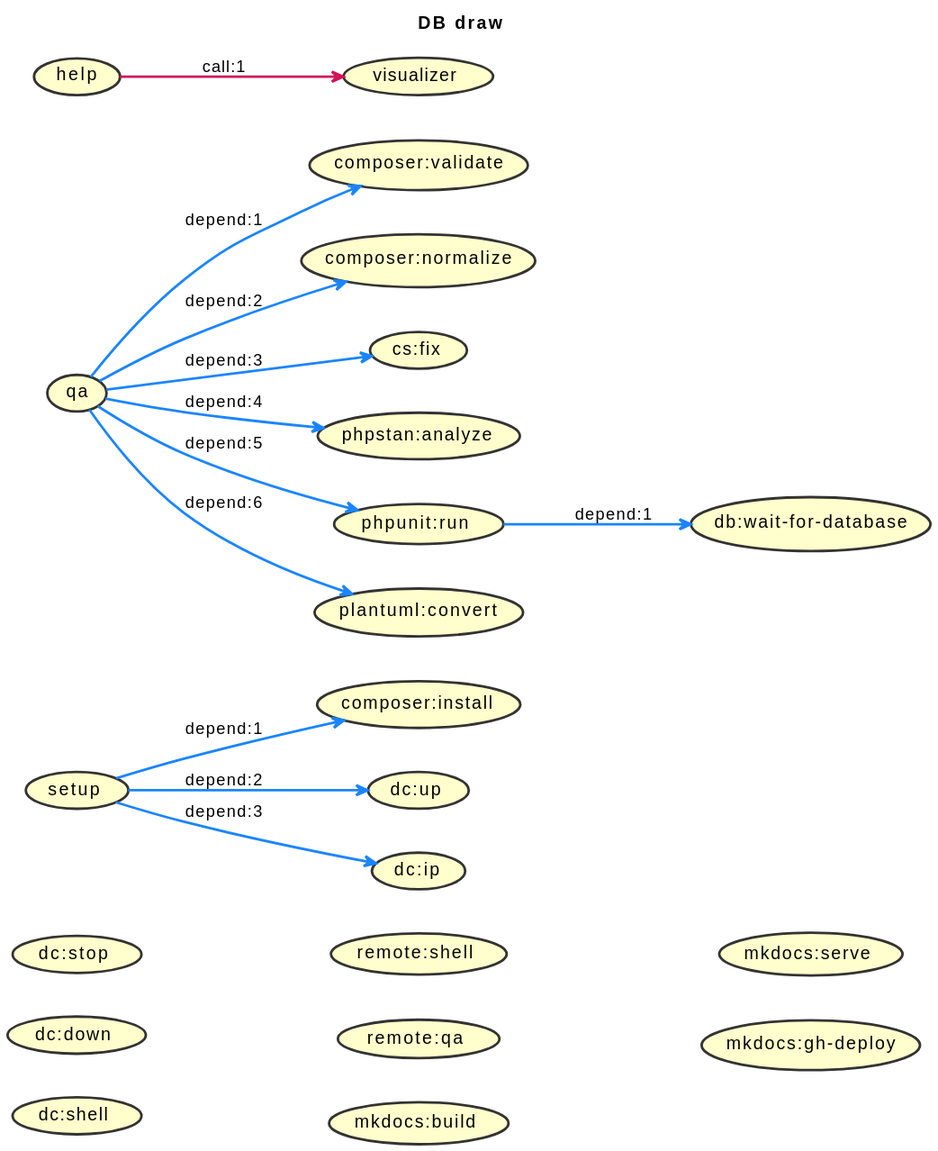
Earlier version of the PlantUML export docs/images/build.svg (jawira/db-draw).
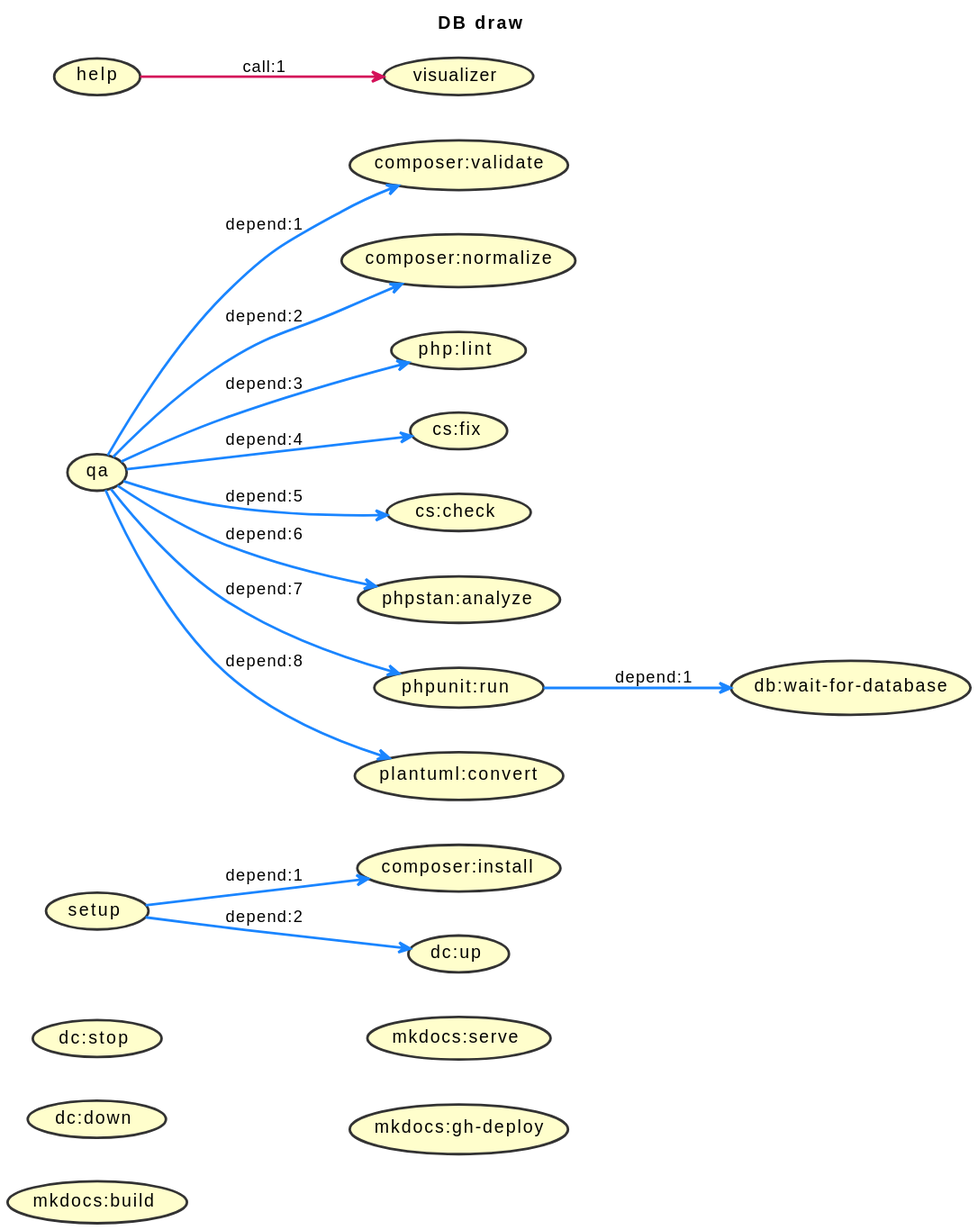
After the change.

The edit, as a diff of the source:
```diff
@@ -16,13 +16,14 @@
 
 (setup) -[#1A85FF]-> (composer:install) : depend:1
 (setup) -[#1A85FF]-> (dc:up) : depend:2
-(setup) -[#1A85FF]-> (dc:ip) : depend:3
 (qa) -[#1A85FF]-> (composer:validate) : depend:1
 (qa) -[#1A85FF]-> (composer:normalize) : depend:2
-(qa) -[#1A85FF]-> (cs:fix) : depend:3
-(qa) -[#1A85FF]-> (phpstan:analyze) : depend:4
-(qa) -[#1A85FF]-> (phpunit:run) : depend:5
-(qa) -[#1A85FF]-> (plantuml:convert) : depend:6
+(qa) -[#1A85FF]-> (php:lint) : depend:3
+(qa) -[#1A85FF]-> (cs:fix) : depend:4
+(qa) -[#1A85FF]-> (cs:check) : depend:5
+(qa) -[#1A85FF]-> (phpstan:analyze) : depend:6
+(qa) -[#1A85FF]-> (phpunit:run) : depend:7
+(qa) -[#1A85FF]-> (plantuml:convert) : depend:8
 (phpunit:run) -[#1A85FF]-> (db:wait-for-database) : depend:1
 (help) -[#D41159]-> (visualizer) : call:1
 (setup)
@@ -30,10 +31,7 @@
 (dc:up)
 (dc:stop)
 (dc:down)
-(dc:ip)
-(dc:shell)
-(remote:shell)
-(remote:qa)
+(php:lint)
 (phpstan:analyze)
 (composer:validate)
 (composer:normalize)
@@ -44,6 +42,7 @@
 (help)
 (visualizer)
 (cs:fix)
+(cs:check)
 (mkdocs:build)
 (mkdocs:serve)
 (mkdocs:gh-deploy)
```
